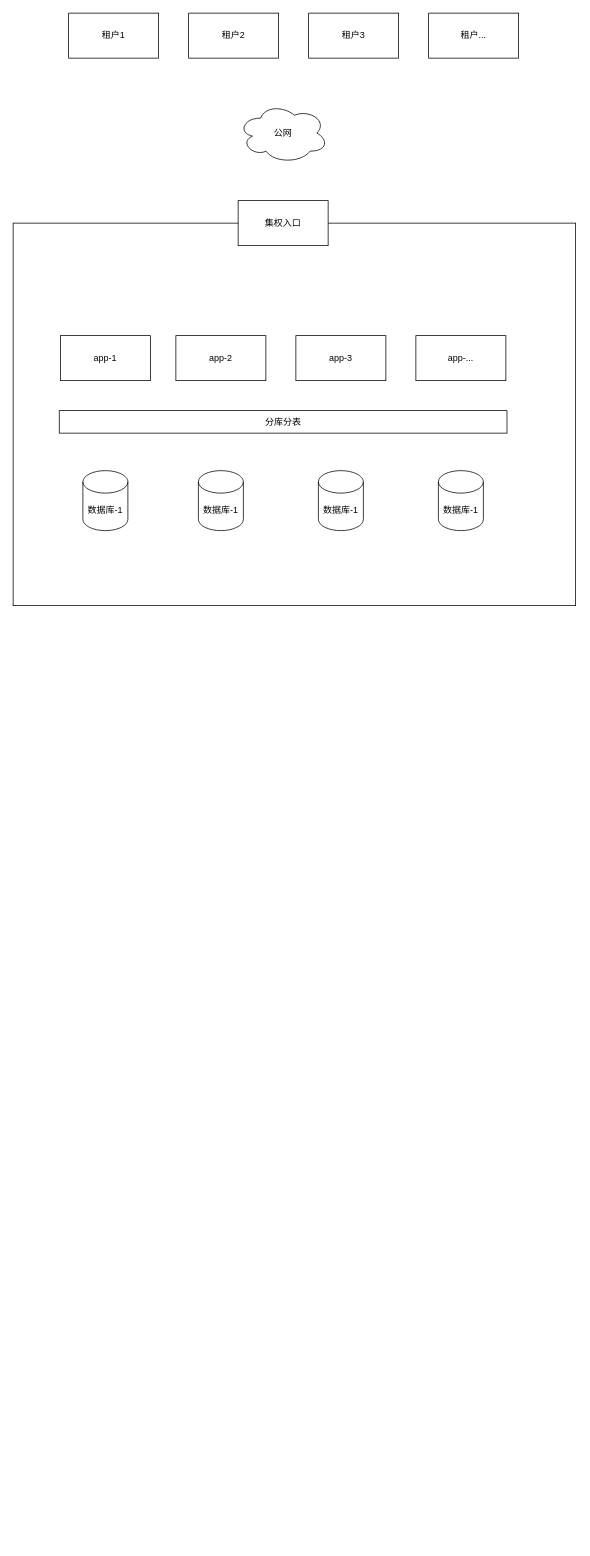
This is 流量管理解决saas租户隔离.drawio from catface996/images, a draw.io file, before an edit. Source tidied: cells renumbered, new cells numbered last; positions are measured from the earlier drawing's top-left corner, leaving out a move shared by most shapes. Both pictures are drawn from the tidied source at 75%, with x=0, y=0 at pixel (13, 13).
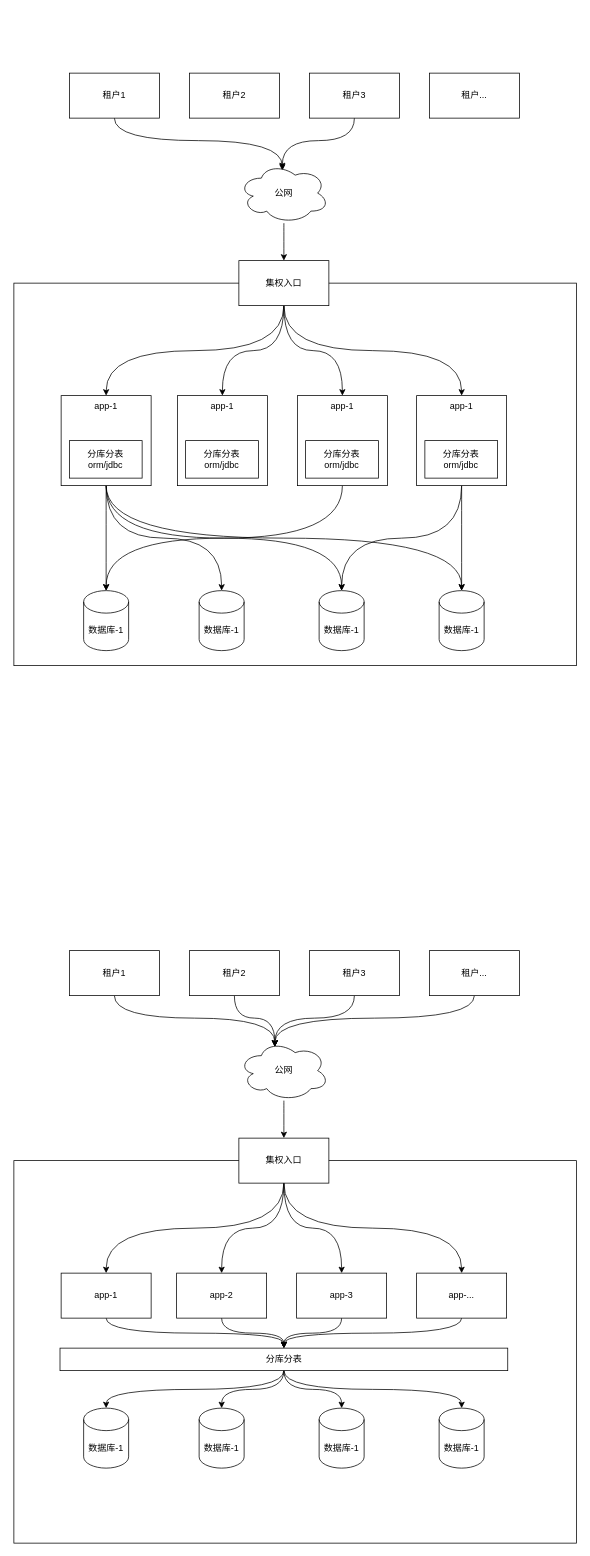
After the change.

Commit message (it also covers changes not shown here):
更新流量管理解决saas租户隔离.drawio

What changed in the source:
```diff
@@
+    <mxCell id="18" style="edgeStyle=orthogonalEdgeStyle;curved=1;rounded=0;jettySize=auto;html=1;entryX=0.483;entryY=0.125;entryDx=0;entryDy=0;entryPerimeter=0;exitX=0.5;exitY=1;exitDx=0;exitDy=0;" parent="1" edge="1" source="2" target="6">
+      <mxGeometry relative="1" as="geometry" />
+    </mxCell>
     <mxCell id="2" value="租户1" style="rounded=0;whiteSpace=wrap;html=1;" parent="1" vertex="1">
-      <mxGeometry x="74" width="120" height="60" as="geometry" />
+      <mxGeometry x="75" y="80" width="120" height="60" as="geometry" />
     </mxCell>
     <mxCell id="3" value="租户2" style="rounded=0;whiteSpace=wrap;html=1;" parent="1" vertex="1">
-      <mxGeometry x="234" width="120" height="60" as="geometry" />
+      <mxGeometry x="235" y="80" width="120" height="60" as="geometry" />
     </mxCell>
+    <mxCell id="19" style="edgeStyle=orthogonalEdgeStyle;curved=1;rounded=0;jettySize=auto;html=1;entryX=0.483;entryY=0.1;entryDx=0;entryDy=0;entryPerimeter=0;" parent="1" edge="1" source="4" target="6">
+      <mxGeometry relative="1" as="geometry" />
+    </mxCell>
     <mxCell id="4" value="租户3" style="rounded=0;whiteSpace=wrap;html=1;" parent="1" vertex="1">
-      <mxGeometry x="394" width="120" height="60" as="geometry" />
+      <mxGeometry x="395" y="80" width="120" height="60" as="geometry" />
     </mxCell>
     <mxCell id="5" value="租户..." style="rounded=0;whiteSpace=wrap;html=1;" parent="1" vertex="1">
-      <mxGeometry x="554" width="120" height="60" as="geometry" />
+      <mxGeometry x="555" y="80" width="120" height="60" as="geometry" />
     </mxCell>
+    <mxCell id="20" style="edgeStyle=orthogonalEdgeStyle;curved=1;rounded=0;jettySize=auto;html=1;entryX=0.5;entryY=0;entryDx=0;entryDy=0;" parent="1" edge="1" source="6" target="8">
+      <mxGeometry relative="1" as="geometry" />
+    </mxCell>
     <mxCell id="6" value="公网" style="ellipse;shape=cloud;whiteSpace=wrap;html=1;" parent="1" vertex="1">
-      <mxGeometry x="300" y="120" width="120" height="80" as="geometry" />
+      <mxGeometry x="301" y="200" width="120" height="80" as="geometry" />
     </mxCell>
     <mxCell id="7" style="rounded=0;whiteSpace=wrap;html=1;" parent="1" vertex="1">
-      <mxGeometry y="280" width="750" height="510" as="geometry" />
+      <mxGeometry x="1" y="360" width="750" height="510" as="geometry" />
     </mxCell>
+    <mxCell id="21" style="edgeStyle=orthogonalEdgeStyle;curved=1;rounded=0;jettySize=auto;html=1;entryX=0.5;entryY=0;entryDx=0;entryDy=0;exitX=0.5;exitY=1;exitDx=0;exitDy=0;" parent="1" edge="1" source="8" target="9">
+      <mxGeometry relative="1" as="geometry" />
+    </mxCell>
+    <mxCell id="22" style="edgeStyle=orthogonalEdgeStyle;curved=1;rounded=0;jettySize=auto;html=1;entryX=0.5;entryY=0;entryDx=0;entryDy=0;" parent="1" edge="1" source="8" target="59">
+      <mxGeometry relative="1" as="geometry" />
+    </mxCell>
+    <mxCell id="23" style="edgeStyle=orthogonalEdgeStyle;curved=1;rounded=0;jettySize=auto;html=1;entryX=0.5;entryY=0;entryDx=0;entryDy=0;" parent="1" edge="1" source="8" target="62">
+      <mxGeometry relative="1" as="geometry" />
+    </mxCell>
+    <mxCell id="24" style="edgeStyle=orthogonalEdgeStyle;curved=1;rounded=0;jettySize=auto;html=1;entryX=0.5;entryY=0;entryDx=0;entryDy=0;exitX=0.5;exitY=1;exitDx=0;exitDy=0;" parent="1" edge="1" source="8" target="66">
+      <mxGeometry relative="1" as="geometry" />
+    </mxCell>
     <mxCell id="8" value="集权入口" style="rounded=0;whiteSpace=wrap;html=1;" parent="1" vertex="1">
-      <mxGeometry x="300" y="250" width="120" height="60" as="geometry" />
+      <mxGeometry x="301" y="330" width="120" height="60" as="geometry" />
     </mxCell>
+    <mxCell id="25" style="edgeStyle=orthogonalEdgeStyle;curved=1;rounded=0;jettySize=auto;html=1;entryX=0.5;entryY=0;entryDx=0;entryDy=0;entryPerimeter=0;" parent="1" edge="1" source="9" target="13">
+      <mxGeometry relative="1" as="geometry" />
+    </mxCell>
+    <mxCell id="26" style="edgeStyle=orthogonalEdgeStyle;curved=1;rounded=0;jettySize=auto;html=1;entryX=0.5;entryY=0;entryDx=0;entryDy=0;entryPerimeter=0;exitX=0.5;exitY=1;exitDx=0;exitDy=0;" parent="1" edge="1" source="9" target="14">
+      <mxGeometry relative="1" as="geometry" />
+    </mxCell>
+    <mxCell id="27" style="edgeStyle=orthogonalEdgeStyle;curved=1;rounded=0;jettySize=auto;html=1;entryX=0.5;entryY=0;entryDx=0;entryDy=0;entryPerimeter=0;exitX=0.5;exitY=1;exitDx=0;exitDy=0;" parent="1" edge="1" source="9" target="15">
+      <mxGeometry relative="1" as="geometry" />
+    </mxCell>
+    <mxCell id="28" style="edgeStyle=orthogonalEdgeStyle;curved=1;rounded=0;jettySize=auto;html=1;entryX=0.5;entryY=0;entryDx=0;entryDy=0;entryPerimeter=0;exitX=0.5;exitY=1;exitDx=0;exitDy=0;" parent="1" edge="1" source="9" target="16">
+      <mxGeometry relative="1" as="geometry" />
+    </mxCell>
-    <mxCell id="9" value="app-1" style="rounded=0;whiteSpace=wrap;html=1;" parent="1" vertex="1">
-      <mxGeometry x="63" y="430" width="120" height="60" as="geometry" />
+    <mxCell id="9" value="app-1" style="rounded=0;whiteSpace=wrap;html=1;verticalAlign=top;" parent="1" vertex="1">
+      <mxGeometry x="64" y="510" width="120" height="120" as="geometry" />
     </mxCell>
-    <mxCell id="10" value="app-2" style="rounded=0;whiteSpace=wrap;html=1;" parent="1" vertex="1">
-      <mxGeometry x="217" y="430" width="120" height="60" as="geometry" />
-    </mxCell>
-    <mxCell id="11" value="app-3" style="rounded=0;whiteSpace=wrap;html=1;" parent="1" vertex="1">
-      <mxGeometry x="377" y="430" width="120" height="60" as="geometry" />
-    </mxCell>
-    <mxCell id="12" value="app-..." style="rounded=0;whiteSpace=wrap;html=1;" parent="1" vertex="1">
-      <mxGeometry x="537" y="430" width="120" height="60" as="geometry" />
-    </mxCell>
     <mxCell id="13" value="数据库-1" style="shape=cylinder3;whiteSpace=wrap;html=1;boundedLbl=1;backgroundOutline=1;size=15;" parent="1" vertex="1">
-      <mxGeometry x="93" y="610" width="60" height="80" as="geometry" />
+      <mxGeometry x="94" y="770" width="60" height="80" as="geometry" />
     </mxCell>
     <mxCell id="14" value="数据库-1" style="shape=cylinder3;whiteSpace=wrap;html=1;boundedLbl=1;backgroundOutline=1;size=15;" parent="1" vertex="1">
-      <mxGeometry x="247" y="610" width="60" height="80" as="geometry" />
+      <mxGeometry x="248" y="770" width="60" height="80" as="geometry" />
     </mxCell>
     <mxCell id="15" value="数据库-1" style="shape=cylinder3;whiteSpace=wrap;html=1;boundedLbl=1;backgroundOutline=1;size=15;" parent="1" vertex="1">
-      <mxGeometry x="407" y="610" width="60" height="80" as="geometry" />
+      <mxGeometry x="408" y="770" width="60" height="80" as="geometry" />
     </mxCell>
     <mxCell id="16" value="数据库-1" style="shape=cylinder3;whiteSpace=wrap;html=1;boundedLbl=1;backgroundOutline=1;size=15;" parent="1" vertex="1">
-      <mxGeometry x="567" y="610" width="60" height="80" as="geometry" />
+      <mxGeometry x="568" y="770" width="60" height="80" as="geometry" />
     </mxCell>
+    <mxCell id="29" style="edgeStyle=orthogonalEdgeStyle;curved=1;rounded=0;jettySize=auto;html=1;entryX=0.4;entryY=0.1;entryDx=0;entryDy=0;entryPerimeter=0;exitX=0.5;exitY=1;exitDx=0;exitDy=0;" parent="1" edge="1" source="30" target="38">
+      <mxGeometry relative="1" as="geometry" />
+    </mxCell>
+    <mxCell id="30" value="租户1" style="rounded=0;whiteSpace=wrap;html=1;" parent="1" vertex="1">
+      <mxGeometry x="75" y="1250" width="120" height="60" as="geometry" />
+    </mxCell>
+    <mxCell id="31" style="edgeStyle=orthogonalEdgeStyle;curved=1;rounded=0;jettySize=auto;html=1;entryX=0.4;entryY=0.1;entryDx=0;entryDy=0;entryPerimeter=0;" parent="1" edge="1" source="32" target="38">
+      <mxGeometry relative="1" as="geometry" />
+    </mxCell>
+    <mxCell id="32" value="租户2" style="rounded=0;whiteSpace=wrap;html=1;" parent="1" vertex="1">
+      <mxGeometry x="235" y="1250" width="120" height="60" as="geometry" />
+    </mxCell>
+    <mxCell id="33" style="edgeStyle=orthogonalEdgeStyle;curved=1;rounded=0;jettySize=auto;html=1;entryX=0.4;entryY=0.1;entryDx=0;entryDy=0;entryPerimeter=0;" parent="1" edge="1" source="34" target="38">
+      <mxGeometry relative="1" as="geometry" />
+    </mxCell>
+    <mxCell id="34" value="租户3" style="rounded=0;whiteSpace=wrap;html=1;" parent="1" vertex="1">
+      <mxGeometry x="395" y="1250" width="120" height="60" as="geometry" />
+    </mxCell>
+    <mxCell id="35" style="edgeStyle=orthogonalEdgeStyle;curved=1;rounded=0;jettySize=auto;html=1;entryX=0.4;entryY=0.1;entryDx=0;entryDy=0;entryPerimeter=0;exitX=0.5;exitY=1;exitDx=0;exitDy=0;" parent="1" edge="1" source="36" target="38">
+      <mxGeometry relative="1" as="geometry" />
+    </mxCell>
+    <mxCell id="36" value="租户..." style="rounded=0;whiteSpace=wrap;html=1;" parent="1" vertex="1">
+      <mxGeometry x="555" y="1250" width="120" height="60" as="geometry" />
+    </mxCell>
+    <mxCell id="37" style="edgeStyle=orthogonalEdgeStyle;curved=1;rounded=0;jettySize=auto;html=1;entryX=0.5;entryY=0;entryDx=0;entryDy=0;" parent="1" edge="1" source="38" target="44">
+      <mxGeometry relative="1" as="geometry" />
+    </mxCell>
+    <mxCell id="38" value="公网" style="ellipse;shape=cloud;whiteSpace=wrap;html=1;" parent="1" vertex="1">
+      <mxGeometry x="301" y="1370" width="120" height="80" as="geometry" />
+    </mxCell>
+    <mxCell id="39" style="rounded=0;whiteSpace=wrap;html=1;" parent="1" vertex="1">
+      <mxGeometry x="1" y="1530" width="750" height="510" as="geometry" />
+    </mxCell>
+    <mxCell id="40" style="edgeStyle=orthogonalEdgeStyle;curved=1;rounded=0;jettySize=auto;html=1;entryX=0.5;entryY=0;entryDx=0;entryDy=0;exitX=0.5;exitY=1;exitDx=0;exitDy=0;" parent="1" edge="1" source="44" target="46">
+      <mxGeometry relative="1" as="geometry" />
+    </mxCell>
+    <mxCell id="41" style="edgeStyle=orthogonalEdgeStyle;curved=1;rounded=0;jettySize=auto;html=1;entryX=0.5;entryY=0;entryDx=0;entryDy=0;" parent="1" edge="1" source="44" target="10">
+      <mxGeometry relative="1" as="geometry" />
+    </mxCell>
+    <mxCell id="42" style="edgeStyle=orthogonalEdgeStyle;curved=1;rounded=0;jettySize=auto;html=1;entryX=0.5;entryY=0;entryDx=0;entryDy=0;" parent="1" edge="1" source="44" target="11">
+      <mxGeometry relative="1" as="geometry" />
+    </mxCell>
+    <mxCell id="43" style="edgeStyle=orthogonalEdgeStyle;curved=1;rounded=0;jettySize=auto;html=1;entryX=0.5;entryY=0;entryDx=0;entryDy=0;exitX=0.5;exitY=1;exitDx=0;exitDy=0;" parent="1" edge="1" source="44" target="12">
+      <mxGeometry relative="1" as="geometry" />
+    </mxCell>
+    <mxCell id="44" value="集权入口" style="rounded=0;whiteSpace=wrap;html=1;" parent="1" vertex="1">
+      <mxGeometry x="301" y="1500" width="120" height="60" as="geometry" />
+    </mxCell>
+    <mxCell id="45" style="edgeStyle=orthogonalEdgeStyle;curved=1;rounded=0;jettySize=auto;html=1;entryX=0.5;entryY=0;entryDx=0;entryDy=0;" parent="1" edge="1" source="46" target="17">
+      <mxGeometry relative="1" as="geometry" />
+    </mxCell>
+    <mxCell id="46" value="app-1" style="rounded=0;whiteSpace=wrap;html=1;" parent="1" vertex="1">
+      <mxGeometry x="64" y="1680" width="120" height="60" as="geometry" />
+    </mxCell>
+    <mxCell id="47" style="edgeStyle=orthogonalEdgeStyle;curved=1;rounded=0;jettySize=auto;html=1;entryX=0.5;entryY=0;entryDx=0;entryDy=0;" parent="1" edge="1" source="10" target="17">
+      <mxGeometry relative="1" as="geometry" />
+    </mxCell>
+    <mxCell id="10" value="app-2" style="rounded=0;whiteSpace=wrap;html=1;" parent="1" vertex="1">
+      <mxGeometry x="218" y="1680" width="120" height="60" as="geometry" />
+    </mxCell>
+    <mxCell id="48" style="edgeStyle=orthogonalEdgeStyle;curved=1;rounded=0;jettySize=auto;html=1;entryX=0.5;entryY=0;entryDx=0;entryDy=0;" parent="1" edge="1" source="11" target="17">
+      <mxGeometry relative="1" as="geometry" />
+    </mxCell>
+    <mxCell id="11" value="app-3" style="rounded=0;whiteSpace=wrap;html=1;" parent="1" vertex="1">
+      <mxGeometry x="378" y="1680" width="120" height="60" as="geometry" />
+    </mxCell>
+    <mxCell id="49" style="edgeStyle=orthogonalEdgeStyle;curved=1;rounded=0;jettySize=auto;html=1;entryX=0.5;entryY=0;entryDx=0;entryDy=0;" parent="1" edge="1" source="12" target="17">
+      <mxGeometry relative="1" as="geometry" />
+    </mxCell>
+    <mxCell id="12" value="app-..." style="rounded=0;whiteSpace=wrap;html=1;" parent="1" vertex="1">
+      <mxGeometry x="538" y="1680" width="120" height="60" as="geometry" />
+    </mxCell>
+    <mxCell id="50" value="数据库-1" style="shape=cylinder3;whiteSpace=wrap;html=1;boundedLbl=1;backgroundOutline=1;size=15;" parent="1" vertex="1">
+      <mxGeometry x="94" y="1860" width="60" height="80" as="geometry" />
+    </mxCell>
+    <mxCell id="51" value="数据库-1" style="shape=cylinder3;whiteSpace=wrap;html=1;boundedLbl=1;backgroundOutline=1;size=15;" parent="1" vertex="1">
+      <mxGeometry x="248" y="1860" width="60" height="80" as="geometry" />
+    </mxCell>
+    <mxCell id="52" value="数据库-1" style="shape=cylinder3;whiteSpace=wrap;html=1;boundedLbl=1;backgroundOutline=1;size=15;" parent="1" vertex="1">
+      <mxGeometry x="408" y="1860" width="60" height="80" as="geometry" />
+    </mxCell>
+    <mxCell id="53" value="数据库-1" style="shape=cylinder3;whiteSpace=wrap;html=1;boundedLbl=1;backgroundOutline=1;size=15;" parent="1" vertex="1">
+      <mxGeometry x="568" y="1860" width="60" height="80" as="geometry" />
+    </mxCell>
+    <mxCell id="54" style="edgeStyle=orthogonalEdgeStyle;curved=1;rounded=0;jettySize=auto;html=1;entryX=0.5;entryY=0;entryDx=0;entryDy=0;entryPerimeter=0;" parent="1" edge="1" source="17" target="50">
+      <mxGeometry relative="1" as="geometry" />
+    </mxCell>
+    <mxCell id="55" style="edgeStyle=orthogonalEdgeStyle;curved=1;rounded=0;jettySize=auto;html=1;entryX=0.5;entryY=0;entryDx=0;entryDy=0;entryPerimeter=0;" parent="1" edge="1" source="17" target="51">
+      <mxGeometry relative="1" as="geometry" />
+    </mxCell>
+    <mxCell id="56" style="edgeStyle=orthogonalEdgeStyle;curved=1;rounded=0;jettySize=auto;html=1;entryX=0.5;entryY=0;entryDx=0;entryDy=0;entryPerimeter=0;" parent="1" edge="1" source="17" target="52">
+      <mxGeometry relative="1" as="geometry" />
+    </mxCell>
+    <mxCell id="57" style="edgeStyle=orthogonalEdgeStyle;curved=1;rounded=0;jettySize=auto;html=1;entryX=0.5;entryY=0;entryDx=0;entryDy=0;entryPerimeter=0;" parent="1" edge="1" source="17" target="53">
+      <mxGeometry relative="1" as="geometry" />
+    </mxCell>
     <mxCell id="17" value="分库分表" style="rounded=0;whiteSpace=wrap;html=1;" parent="1" vertex="1">
-      <mxGeometry x="61.5" y="530" width="597" height="30" as="geometry" />
+      <mxGeometry x="62.5" y="1780" width="597" height="30" as="geometry" />
     </mxCell>
+    <mxCell id="58" value="分库分表&lt;br&gt;orm/jdbc" style="rounded=0;whiteSpace=wrap;html=1;" parent="1" vertex="1">
+      <mxGeometry x="75" y="570" width="97" height="50" as="geometry" />
+    </mxCell>
+    <mxCell id="59" value="app-1" style="rounded=0;whiteSpace=wrap;html=1;verticalAlign=top;" parent="1" vertex="1">
+      <mxGeometry x="219" y="510" width="120" height="120" as="geometry" />
+    </mxCell>
+    <mxCell id="60" value="分库分表&lt;br&gt;orm/jdbc" style="rounded=0;whiteSpace=wrap;html=1;" parent="1" vertex="1">
+      <mxGeometry x="230" y="570" width="97" height="50" as="geometry" />
+    </mxCell>
+    <mxCell id="61" style="edgeStyle=orthogonalEdgeStyle;curved=1;rounded=0;jettySize=auto;html=1;entryX=0.5;entryY=0;entryDx=0;entryDy=0;entryPerimeter=0;exitX=0.5;exitY=1;exitDx=0;exitDy=0;" parent="1" edge="1" source="62" target="13">
+      <mxGeometry relative="1" as="geometry" />
+    </mxCell>
+    <mxCell id="62" value="app-1" style="rounded=0;whiteSpace=wrap;html=1;verticalAlign=top;" parent="1" vertex="1">
+      <mxGeometry x="379" y="510" width="120" height="120" as="geometry" />
+    </mxCell>
+    <mxCell id="63" value="分库分表&lt;br&gt;orm/jdbc" style="rounded=0;whiteSpace=wrap;html=1;" parent="1" vertex="1">
+      <mxGeometry x="390" y="570" width="97" height="50" as="geometry" />
+    </mxCell>
+    <mxCell id="64" style="edgeStyle=orthogonalEdgeStyle;curved=1;rounded=0;jettySize=auto;html=1;entryX=0.5;entryY=0;entryDx=0;entryDy=0;entryPerimeter=0;exitX=0.5;exitY=1;exitDx=0;exitDy=0;" parent="1" edge="1" source="66" target="15">
+      <mxGeometry relative="1" as="geometry" />
+    </mxCell>
+    <mxCell id="65" style="edgeStyle=orthogonalEdgeStyle;curved=1;rounded=0;jettySize=auto;html=1;entryX=0.5;entryY=0;entryDx=0;entryDy=0;entryPerimeter=0;" parent="1" edge="1" source="66" target="16">
+      <mxGeometry relative="1" as="geometry" />
+    </mxCell>
+    <mxCell id="66" value="app-1" style="rounded=0;whiteSpace=wrap;html=1;verticalAlign=top;" parent="1" vertex="1">
+      <mxGeometry x="538" y="510" width="120" height="120" as="geometry" />
+    </mxCell>
+    <mxCell id="67" value="分库分表&lt;br&gt;orm/jdbc" style="rounded=0;whiteSpace=wrap;html=1;" parent="1" vertex="1">
+      <mxGeometry x="549" y="570" width="97" height="50" as="geometry" />
+    </mxCell>
```
